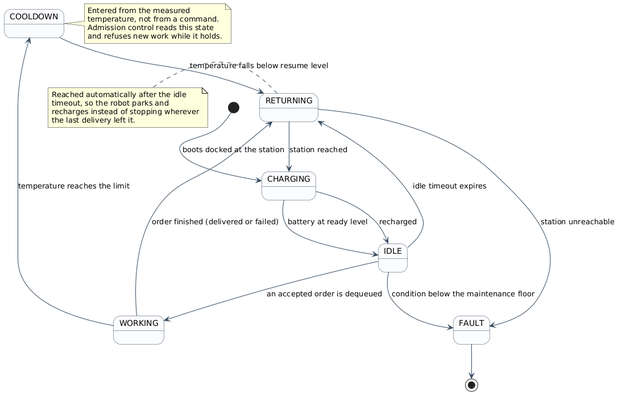
Earlier version of the PlantUML export report/Figures/04-state-duty-cycle.png (ArianShafagh/robofetch).
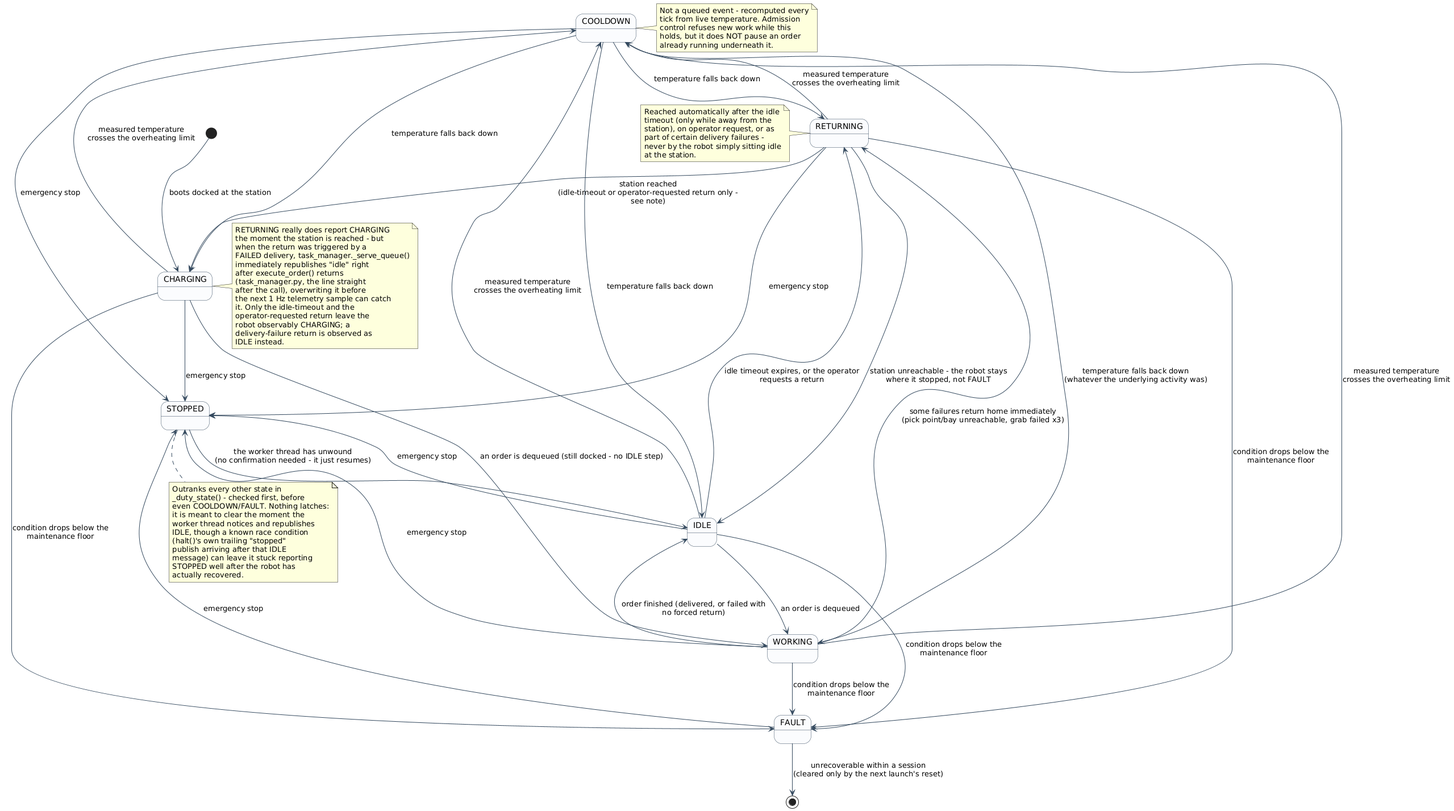
The same file after the commit.

Change to the diagram source:
```diff
@@ -7,33 +7,87 @@
   ArrowColor #34495E
 }
 
-
 [*] --> CHARGING : boots docked at the station
 
-CHARGING --> IDLE : battery at ready level
-IDLE --> WORKING : an accepted order is dequeued
-IDLE --> RETURNING : idle timeout expires
-WORKING --> RETURNING : order finished (delivered or failed)
-WORKING --> COOLDOWN : temperature reaches the limit
-COOLDOWN --> RETURNING : temperature falls below resume level
-RETURNING --> CHARGING : station reached
-RETURNING --> FAULT : station unreachable
-CHARGING --> IDLE : recharged
-IDLE --> FAULT : condition below the maintenance floor
-FAULT --> [*]
+CHARGING --> WORKING : an order is dequeued (still docked - no IDLE step)
+IDLE --> WORKING : an order is dequeued
+
+WORKING --> IDLE : order finished (delivered, or failed with\nno forced return)
+WORKING --> RETURNING : some failures return home immediately\n(pick point/bay unreachable, grab failed x3)
+
+IDLE --> RETURNING : idle timeout expires, or the operator\nrequests a return
+RETURNING --> CHARGING : station reached\n(idle-timeout or operator-requested return only -\nsee note)
+RETURNING --> IDLE : station unreachable - the robot stays\nwhere it stopped, not FAULT
+
+CHARGING --> FAULT : condition drops below the\nmaintenance floor
+WORKING --> FAULT : condition drops below the\nmaintenance floor
+IDLE --> FAULT : condition drops below the\nmaintenance floor
+RETURNING --> FAULT : condition drops below the\nmaintenance floor
+FAULT --> [*] : unrecoverable within a session\n(cleared only by the next launch's reset)
+
+CHARGING --> COOLDOWN : measured temperature\ncrosses the overheating limit
+WORKING --> COOLDOWN : measured temperature\ncrosses the overheating limit
+IDLE --> COOLDOWN : measured temperature\ncrosses the overheating limit
+RETURNING --> COOLDOWN : measured temperature\ncrosses the overheating limit
+COOLDOWN --> WORKING : temperature falls back down\n(whatever the underlying activity was)
+COOLDOWN --> IDLE : temperature falls back down
+COOLDOWN --> CHARGING : temperature falls back down
+COOLDOWN --> RETURNING : temperature falls back down
+
+CHARGING --> STOPPED : emergency stop
+IDLE --> STOPPED : emergency stop
+WORKING --> STOPPED : emergency stop
+RETURNING --> STOPPED : emergency stop
+COOLDOWN --> STOPPED : emergency stop
+FAULT --> STOPPED : emergency stop
+STOPPED --> IDLE : the worker thread has unwound\n(no confirmation needed - it just resumes)
 
 note right of COOLDOWN
-  Entered from the measured
-  temperature, not from a command.
-  Admission control reads this state
-  and refuses new work while it holds.
+  Not a queued event - recomputed every
+  tick from live temperature. Admission
+  control refuses new work while this
+  holds, but it does NOT pause an order
+  already running underneath it.
 end note
 
 note left of RETURNING
   Reached automatically after the idle
-  timeout, so the robot parks and
-  recharges instead of stopping wherever
-  the last delivery left it.
+  timeout (only while away from the
+  station), on operator request, or as
+  part of certain delivery failures -
+  never by the robot simply sitting idle
+  at the station.
+end note
+
+note right of CHARGING
+  RETURNING really does report CHARGING
+  the moment the station is reached - but
+  when the return was triggered by a
+  FAILED delivery, task_manager._serve_queue()
+  immediately republishes "idle" right
+  after execute_order() returns
+  (task_manager.py, the line straight
+  after the call), overwriting it before
+  the next 1 Hz telemetry sample can catch
+  it. Only the idle-timeout and the
+  operator-requested return leave the
+  robot observably CHARGING; a
+  delivery-failure return is observed as
+  IDLE instead.
+end note
+
+note bottom of STOPPED
+  Outranks every other state in
+  _duty_state() - checked first, before
+  even COOLDOWN/FAULT. Nothing latches:
+  it is meant to clear the moment the
+  worker thread notices and republishes
+  IDLE, though a known race condition
+  (halt()'s own trailing "stopped"
+  publish arriving after that IDLE
+  message) can leave it stuck reporting
+  STOPPED well after the robot has
+  actually recovered.
 end note
 
 @enduml
```
